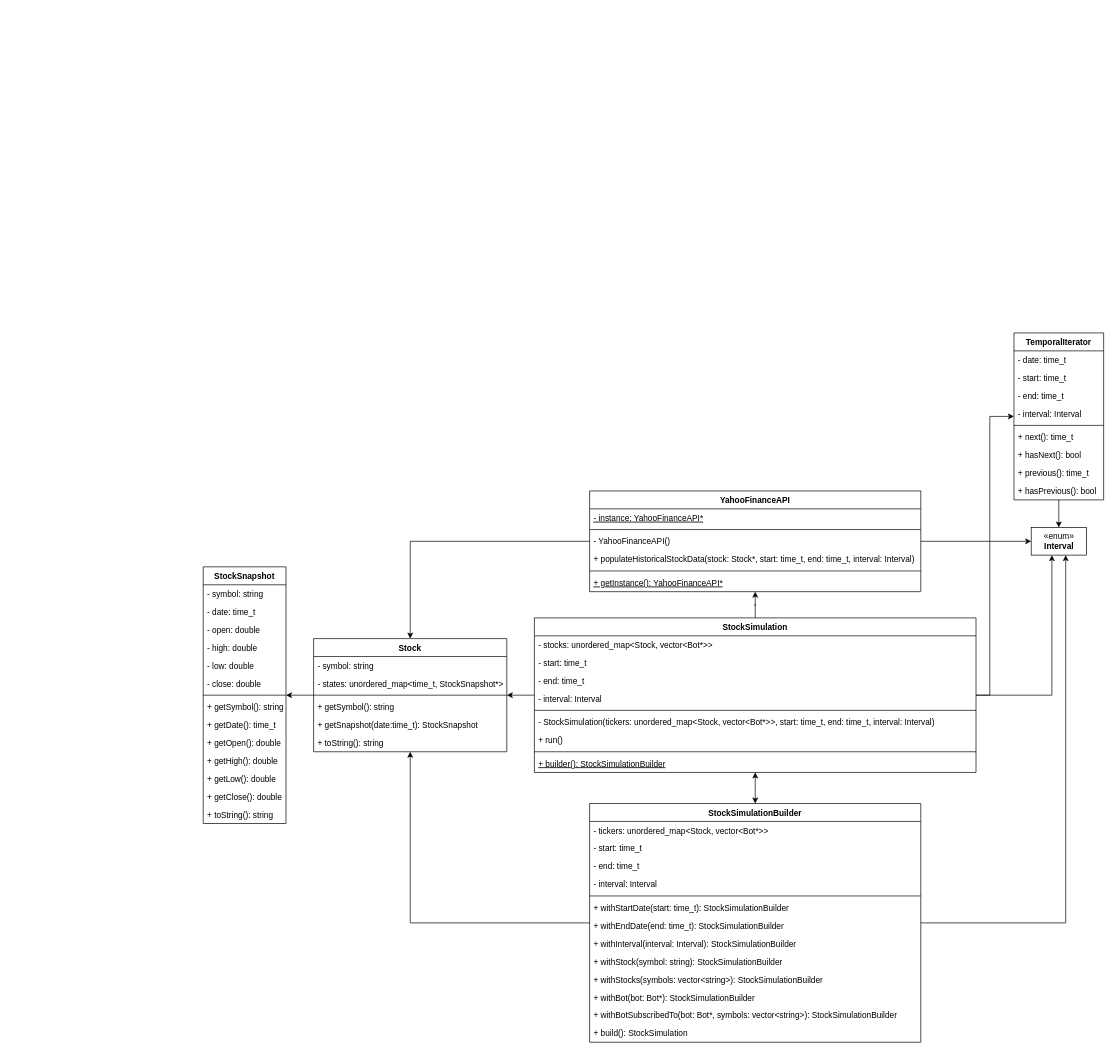
Earlier version of the draw.io diagram StockSimulation.drawio (Jared-Mac/bot_trader). Source tidied: cells renumbered, new cells numbered last; positions are measured from the earlier drawing's top-left corner, leaving out a move shared by most shapes. Both pictures are drawn from the tidied source at 69%, with x=0, y=0 at pixel (203, 333).
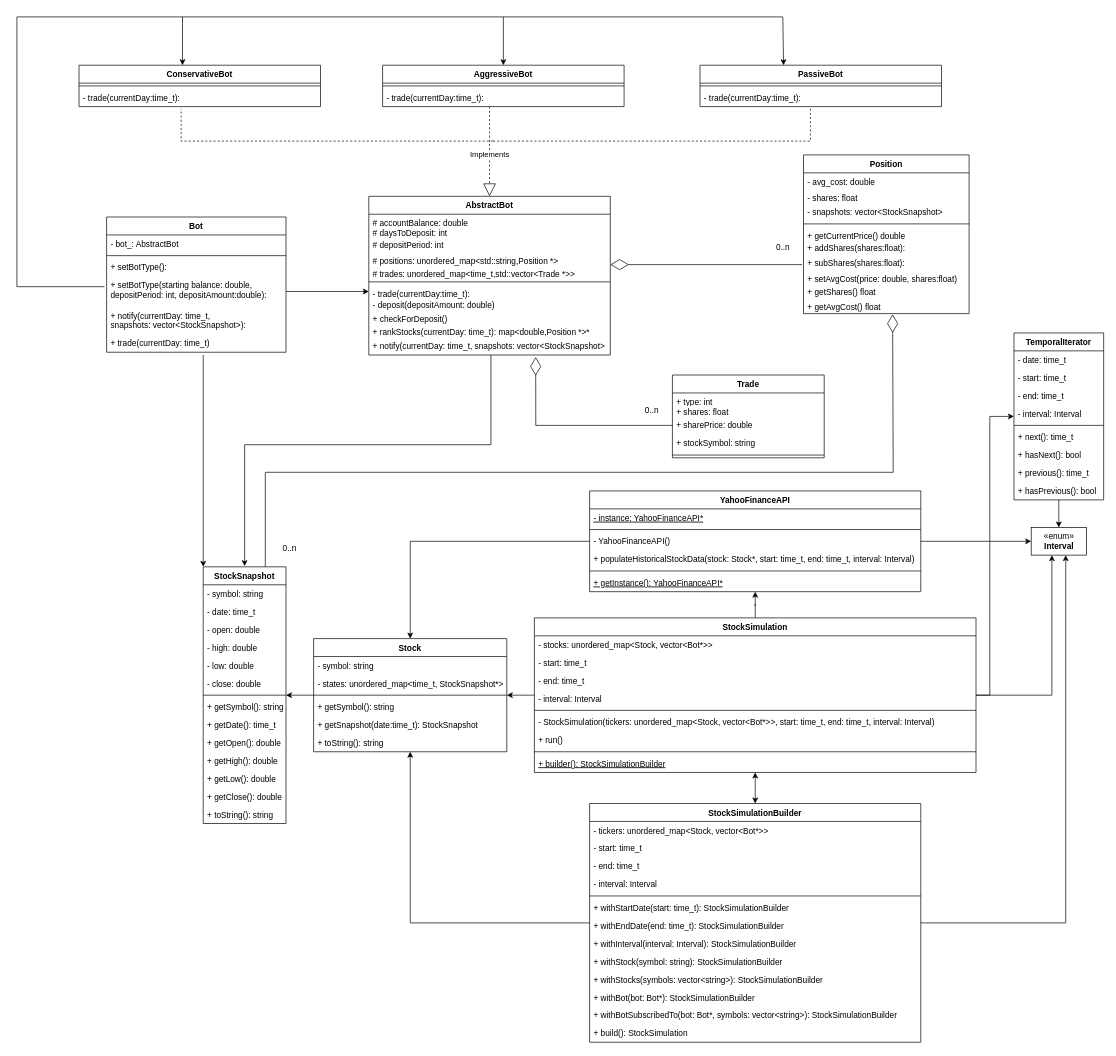
Above is the later version.

The change refers to these unchanged cells:
```xml
<mxCell id="2" value="StockSnapshot" style="swimlane;fontStyle=1;align=center;verticalAlign=top;horizontal=1;startSize=26;" parent="1" vertex="1">
  <mxGeometry y="339" width="120" height="372" as="geometry" />
</mxCell>
```

What changed in the source:
```diff
@@
+    <mxCell id="77" value="Bot" style="swimlane;fontStyle=1;align=center;verticalAlign=top;horizontal=1;startSize=26;" parent="1" vertex="1">
+      <mxGeometry x="-140" y="-168" width="260" height="196" as="geometry" />
+    </mxCell>
+    <mxCell id="78" value="- bot_: AbstractBot" style="text;strokeColor=none;fillColor=none;align=left;verticalAlign=top;spacingLeft=4;spacingRight=4;overflow=hidden;" parent="77" vertex="1">
+      <mxGeometry y="26" width="260" height="26" as="geometry" />
+    </mxCell>
+    <mxCell id="79" style="line;strokeWidth=1;fillColor=none;align=left;verticalAlign=middle;spacingTop=-1;spacingLeft=3;spacingRight=3;labelPosition=right;" parent="77" vertex="1">
+      <mxGeometry y="52" width="260" height="8" as="geometry" />
+    </mxCell>
+    <mxCell id="80" value="+ setBotType():" style="text;strokeColor=none;fillColor=none;align=left;verticalAlign=top;spacingLeft=4;spacingRight=4;overflow=hidden;" parent="77" vertex="1">
+      <mxGeometry y="60" width="260" height="26" as="geometry" />
+    </mxCell>
+    <mxCell id="81" value="+ setBotType(starting balance: double,&#10;depositPeriod: int, depositAmount:double):" style="text;strokeColor=none;fillColor=none;align=left;verticalAlign=top;spacingLeft=4;spacingRight=4;overflow=hidden;points=[[0,0.5],[1,0.5]];portConstraint=eastwest;" parent="77" vertex="1">
+      <mxGeometry y="86" width="260" height="44" as="geometry" />
+    </mxCell>
+    <mxCell id="82" value="+ notify(currentDay: time_t, &#10;snapshots: vector&lt;StockSnapshot&gt;): " style="text;strokeColor=none;fillColor=none;align=left;verticalAlign=top;spacingLeft=4;spacingRight=4;overflow=hidden;" parent="77" vertex="1">
+      <mxGeometry y="130" width="260" height="40" as="geometry" />
+    </mxCell>
+    <mxCell id="83" value="+ trade(currentDay: time_t)" style="text;strokeColor=none;fillColor=none;align=left;verticalAlign=top;spacingLeft=4;spacingRight=4;overflow=hidden;" parent="77" vertex="1">
+      <mxGeometry y="170" width="260" height="26" as="geometry" />
+    </mxCell>
+    <mxCell id="84" value="AbstractBot" style="swimlane;fontStyle=1;align=center;verticalAlign=top;horizontal=1;startSize=26;" parent="1" vertex="1">
+      <mxGeometry x="240" y="-198" width="350" height="230" as="geometry" />
+    </mxCell>
+    <mxCell id="85" value="# accountBalance: double&#10;" style="text;strokeColor=none;fillColor=none;align=left;verticalAlign=top;spacingLeft=4;spacingRight=4;overflow=hidden;" parent="84" vertex="1">
+      <mxGeometry y="26" width="350" height="14" as="geometry" />
+    </mxCell>
+    <mxCell id="86" value="# daysToDeposit: int&#10;" style="text;strokeColor=none;fillColor=none;align=left;verticalAlign=top;spacingLeft=4;spacingRight=4;overflow=hidden;" parent="84" vertex="1">
+      <mxGeometry y="40" width="350" height="18" as="geometry" />
+    </mxCell>
+    <mxCell id="87" value="# depositPeriod: int&#10;" style="text;strokeColor=none;fillColor=none;align=left;verticalAlign=top;spacingLeft=4;spacingRight=4;overflow=hidden;" parent="84" vertex="1">
+      <mxGeometry y="58" width="350" height="22" as="geometry" />
+    </mxCell>
+    <mxCell id="88" value="# positions: unordered_map&lt;std::string,Position *&gt;&#10;" style="text;strokeColor=none;fillColor=none;align=left;verticalAlign=top;spacingLeft=4;spacingRight=4;overflow=hidden;" parent="84" vertex="1">
+      <mxGeometry y="80" width="350" height="20" as="geometry" />
+    </mxCell>
+    <mxCell id="89" value="# trades: unordered_map&lt;time_t,std::vector&lt;Trade *&gt;&gt;&#10;" style="text;strokeColor=none;fillColor=none;align=left;verticalAlign=top;spacingLeft=4;spacingRight=4;overflow=hidden;points=[[0,0.5],[1,0.5]];portConstraint=eastwest;" parent="84" vertex="1">
+      <mxGeometry y="100" width="350" height="20" as="geometry" />
+    </mxCell>
+    <mxCell id="90" style="line;strokeWidth=1;fillColor=none;align=left;verticalAlign=middle;spacingTop=-1;spacingLeft=3;spacingRight=3;labelPosition=right;" parent="84" vertex="1">
+      <mxGeometry y="120" width="350" height="8" as="geometry" />
+    </mxCell>
+    <mxCell id="91" value="- trade(currentDay:time_t):" style="text;strokeColor=none;fillColor=none;align=left;verticalAlign=top;spacingLeft=4;spacingRight=4;overflow=hidden;" parent="84" vertex="1">
+      <mxGeometry y="128" width="350" height="16" as="geometry" />
+    </mxCell>
+    <mxCell id="92" value="- deposit(depositAmount: double)" style="text;strokeColor=none;fillColor=none;align=left;verticalAlign=top;spacingLeft=4;spacingRight=4;overflow=hidden;" parent="84" vertex="1">
+      <mxGeometry y="144" width="350" height="20" as="geometry" />
+    </mxCell>
+    <mxCell id="93" value="+ checkForDeposit()" style="text;strokeColor=none;fillColor=none;align=left;verticalAlign=top;spacingLeft=4;spacingRight=4;overflow=hidden;" parent="84" vertex="1">
+      <mxGeometry y="164" width="350" height="20" as="geometry" />
+    </mxCell>
+    <mxCell id="94" value="+ rankStocks(currentDay: time_t): map&lt;double,Position *&gt;*" style="text;strokeColor=none;fillColor=none;align=left;verticalAlign=top;spacingLeft=4;spacingRight=4;overflow=hidden;" parent="84" vertex="1">
+      <mxGeometry y="184" width="350" height="20" as="geometry" />
+    </mxCell>
+    <mxCell id="95" value="+ notify(currentDay: time_t, snapshots: vector&lt;StockSnapshot&gt; " style="text;strokeColor=none;fillColor=none;align=left;verticalAlign=top;spacingLeft=4;spacingRight=4;overflow=hidden;points=[[0,0.5],[1,0.5]];portConstraint=eastwest;" parent="84" vertex="1">
+      <mxGeometry y="204" width="350" height="26" as="geometry" />
+    </mxCell>
+    <mxCell id="96" style="endArrow=classic;html=1;rounded=0;exitX=1;exitY=0.5;exitDx=0;exitDy=0;" parent="1" edge="1" source="81">
+      <mxGeometry relative="1" as="geometry">
+        <mxPoint x="240" y="-60" as="targetPoint" />
+      </mxGeometry>
+    </mxCell>
+    <mxCell id="97" value="ConservativeBot" style="swimlane;fontStyle=1;align=center;verticalAlign=top;horizontal=1;startSize=26;" parent="1" vertex="1">
+      <mxGeometry x="-180" y="-388" width="350" height="60" as="geometry" />
+    </mxCell>
+    <mxCell id="98" style="line;strokeWidth=1;fillColor=none;align=left;verticalAlign=middle;spacingTop=-1;spacingLeft=3;spacingRight=3;labelPosition=right;" parent="97" vertex="1">
+      <mxGeometry y="26" width="350" height="8" as="geometry" />
+    </mxCell>
+    <mxCell id="99" value="- trade(currentDay:time_t):" style="text;strokeColor=none;fillColor=none;align=left;verticalAlign=top;spacingLeft=4;spacingRight=4;overflow=hidden;points=[[0,0.5],[1,0.5]];portConstraint=eastwest;" parent="97" vertex="1">
+      <mxGeometry y="34" width="350" height="26" as="geometry" />
+    </mxCell>
+    <mxCell id="100" value="AggressiveBot" style="swimlane;fontStyle=1;align=center;verticalAlign=top;horizontal=1;startSize=26;" parent="1" vertex="1">
+      <mxGeometry x="260" y="-388" width="350" height="60" as="geometry" />
+    </mxCell>
+    <mxCell id="101" style="line;strokeWidth=1;fillColor=none;align=left;verticalAlign=middle;spacingTop=-1;spacingLeft=3;spacingRight=3;labelPosition=right;" parent="100" vertex="1">
+      <mxGeometry y="26" width="350" height="8" as="geometry" />
+    </mxCell>
+    <mxCell id="102" value="- trade(currentDay:time_t):" style="text;strokeColor=none;fillColor=none;align=left;verticalAlign=top;spacingLeft=4;spacingRight=4;overflow=hidden;" parent="100" vertex="1">
+      <mxGeometry y="34" width="350" height="26" as="geometry" />
+    </mxCell>
+    <mxCell id="103" value="PassiveBot" style="swimlane;fontStyle=1;align=center;verticalAlign=top;horizontal=1;startSize=26;" parent="1" vertex="1">
+      <mxGeometry x="720" y="-388" width="350" height="60" as="geometry" />
+    </mxCell>
+    <mxCell id="104" style="line;strokeWidth=1;fillColor=none;align=left;verticalAlign=middle;spacingTop=-1;spacingLeft=3;spacingRight=3;labelPosition=right;" parent="103" vertex="1">
+      <mxGeometry y="26" width="350" height="8" as="geometry" />
+    </mxCell>
+    <mxCell id="105" value="- trade(currentDay:time_t):" style="text;strokeColor=none;fillColor=none;align=left;verticalAlign=top;spacingLeft=4;spacingRight=4;overflow=hidden;points=[[0,0.5],[1,0.5]];portConstraint=eastwest;" parent="103" vertex="1">
+      <mxGeometry y="34" width="350" height="26" as="geometry" />
+    </mxCell>
+    <mxCell id="106" value="Implements" style="endArrow=block;endSize=16;endFill=0;html=1;rounded=0;entryX=0.5;entryY=0;entryDx=0;entryDy=0;dashed=1;" parent="1" edge="1" target="84">
+      <mxGeometry x="0.08" relative="1" as="geometry">
+        <mxPoint x="415" y="-328" as="sourcePoint" />
+      </mxGeometry>
+    </mxCell>
+    <mxCell id="107" style="endArrow=none;html=1;rounded=0;entryX=0.457;entryY=1.115;entryDx=0;entryDy=0;entryPerimeter=0;dashed=1;" parent="1" edge="1" target="105">
+      <mxGeometry relative="1" as="geometry">
+        <mxPoint x="420" y="-278" as="sourcePoint" />
+        <Array as="points">
+          <mxPoint x="880" y="-278" />
+        </Array>
+      </mxGeometry>
+    </mxCell>
+    <mxCell id="108" style="endArrow=none;html=1;rounded=0;entryX=0.423;entryY=1.115;entryDx=0;entryDy=0;entryPerimeter=0;dashed=1;" parent="1" edge="1" target="99">
+      <mxGeometry relative="1" as="geometry">
+        <mxPoint x="420" y="-278" as="sourcePoint" />
+        <Array as="points">
+          <mxPoint x="-32" y="-278" />
+        </Array>
+      </mxGeometry>
+    </mxCell>
+    <mxCell id="109" style="endArrow=classic;html=1;rounded=0;" parent="1" edge="1">
+      <mxGeometry relative="1" as="geometry">
+        <mxPoint x="417" y="32" as="sourcePoint" />
+        <mxPoint x="60" y="338" as="targetPoint" />
+        <Array as="points">
+          <mxPoint x="417" y="162" />
+          <mxPoint x="60" y="162" />
+        </Array>
+      </mxGeometry>
+    </mxCell>
+    <mxCell id="110" value="Position" style="swimlane;fontStyle=1;align=center;verticalAlign=top;horizontal=1;startSize=26;" parent="1" vertex="1">
+      <mxGeometry x="870" y="-258" width="240" height="230" as="geometry" />
+    </mxCell>
+    <mxCell id="111" value="- avg_cost: double" style="text;strokeColor=none;fillColor=none;align=left;verticalAlign=top;spacingLeft=4;spacingRight=4;overflow=hidden;" parent="110" vertex="1">
+      <mxGeometry y="26" width="240" height="24" as="geometry" />
+    </mxCell>
+    <mxCell id="112" value="- shares: float" style="text;strokeColor=none;fillColor=none;align=left;verticalAlign=top;spacingLeft=4;spacingRight=4;overflow=hidden;" parent="110" vertex="1">
+      <mxGeometry y="50" width="240" height="20" as="geometry" />
+    </mxCell>
+    <mxCell id="113" value="- snapshots: vector&lt;StockSnapshot&gt;" style="text;strokeColor=none;fillColor=none;align=left;verticalAlign=top;spacingLeft=4;spacingRight=4;overflow=hidden;" parent="110" vertex="1">
+      <mxGeometry y="70" width="240" height="26" as="geometry" />
+    </mxCell>
+    <mxCell id="114" style="line;strokeWidth=1;fillColor=none;align=left;verticalAlign=middle;spacingTop=-1;spacingLeft=3;spacingRight=3;labelPosition=right;" parent="110" vertex="1">
+      <mxGeometry y="96" width="240" height="8" as="geometry" />
+    </mxCell>
+    <mxCell id="115" value="+ getCurrentPrice() double" style="text;strokeColor=none;fillColor=none;align=left;verticalAlign=top;spacingLeft=4;spacingRight=4;overflow=hidden;" parent="110" vertex="1">
+      <mxGeometry y="104" width="240" height="18" as="geometry" />
+    </mxCell>
+    <mxCell id="116" value="+ addShares(shares:float):" style="text;strokeColor=none;fillColor=none;align=left;verticalAlign=top;spacingLeft=4;spacingRight=4;overflow=hidden;" parent="110" vertex="1">
+      <mxGeometry y="122" width="240" height="22" as="geometry" />
+    </mxCell>
+    <mxCell id="117" value="+ subShares(shares:float):" style="text;strokeColor=none;fillColor=none;align=left;verticalAlign=top;spacingLeft=4;spacingRight=4;overflow=hidden;" parent="110" vertex="1">
+      <mxGeometry y="144" width="240" height="22" as="geometry" />
+    </mxCell>
+    <mxCell id="118" value="+ setAvgCost(price: double, shares:float)" style="text;strokeColor=none;fillColor=none;align=left;verticalAlign=top;spacingLeft=4;spacingRight=4;overflow=hidden;" parent="110" vertex="1">
+      <mxGeometry y="166" width="240" height="20" as="geometry" />
+    </mxCell>
+    <mxCell id="119" value="+ getShares() float" style="text;strokeColor=none;fillColor=none;align=left;verticalAlign=top;spacingLeft=4;spacingRight=4;overflow=hidden;" parent="110" vertex="1">
+      <mxGeometry y="186" width="240" height="22" as="geometry" />
+    </mxCell>
+    <mxCell id="120" value="+ getAvgCost() float" style="text;strokeColor=none;fillColor=none;align=left;verticalAlign=top;spacingLeft=4;spacingRight=4;overflow=hidden;points=[[0,0.5],[1,0.5]];portConstraint=eastwest;" parent="110" vertex="1">
+      <mxGeometry y="208" width="240" height="22" as="geometry" />
+    </mxCell>
+    <mxCell id="121" style="endArrow=diamondThin;endFill=0;endSize=24;html=1;rounded=0;entryX=1;entryY=-0.05;entryDx=0;entryDy=0;entryPerimeter=0;" parent="1" edge="1" target="89">
+      <mxGeometry relative="1" as="geometry">
+        <mxPoint x="868" y="-99" as="sourcePoint" />
+      </mxGeometry>
+    </mxCell>
+    <mxCell id="122" value="0..n" style="text;html=1;align=center;verticalAlign=middle;strokeColor=none;fillColor=none;" parent="1" vertex="1">
+      <mxGeometry x="820" y="-133" width="40" height="20" as="geometry" />
+    </mxCell>
+    <mxCell id="123" value="Trade" style="swimlane;fontStyle=1;align=center;verticalAlign=top;horizontal=1;startSize=26;" parent="1" vertex="1">
+      <mxGeometry x="680" y="61" width="220" height="120" as="geometry" />
+    </mxCell>
+    <mxCell id="124" value="+ type: int" style="text;strokeColor=none;fillColor=none;align=left;verticalAlign=top;spacingLeft=4;spacingRight=4;overflow=hidden;" parent="123" vertex="1">
+      <mxGeometry y="26" width="220" height="14" as="geometry" />
+    </mxCell>
+    <mxCell id="125" value="+ shares: float" style="text;strokeColor=none;fillColor=none;align=left;verticalAlign=top;spacingLeft=4;spacingRight=4;overflow=hidden;" parent="123" vertex="1">
+      <mxGeometry y="40" width="220" height="20" as="geometry" />
+    </mxCell>
+    <mxCell id="126" value="+ sharePrice: double" style="text;strokeColor=none;fillColor=none;align=left;verticalAlign=top;spacingLeft=4;spacingRight=4;overflow=hidden;points=[[0,0.5],[1,0.5]];portConstraint=eastwest;" parent="123" vertex="1">
+      <mxGeometry y="60" width="220" height="26" as="geometry" />
+    </mxCell>
+    <mxCell id="127" value="+ stockSymbol: string" style="text;strokeColor=none;fillColor=none;align=left;verticalAlign=top;spacingLeft=4;spacingRight=4;overflow=hidden;" parent="123" vertex="1">
+      <mxGeometry y="86" width="220" height="26" as="geometry" />
+    </mxCell>
+    <mxCell id="128" style="line;strokeWidth=1;fillColor=none;align=left;verticalAlign=middle;spacingTop=-1;spacingLeft=3;spacingRight=3;labelPosition=right;" parent="123" vertex="1">
+      <mxGeometry y="112" width="220" height="8" as="geometry" />
+    </mxCell>
+    <mxCell id="129" style="endArrow=diamondThin;endFill=0;endSize=24;html=1;rounded=0;entryX=0.691;entryY=1.115;entryDx=0;entryDy=0;entryPerimeter=0;exitX=0;exitY=0.5;exitDx=0;exitDy=0;" parent="1" edge="1" source="126" target="95">
+      <mxGeometry relative="1" as="geometry">
+        <Array as="points">
+          <mxPoint x="482" y="134" />
+        </Array>
+      </mxGeometry>
+    </mxCell>
+    <mxCell id="130" value="0..n" style="text;html=1;align=center;verticalAlign=middle;strokeColor=none;fillColor=none;" parent="1" vertex="1">
+      <mxGeometry x="630" y="102" width="40" height="20" as="geometry" />
+    </mxCell>
+    <mxCell id="131" style="endArrow=classic;html=1;rounded=0;exitX=-0.012;exitY=0.341;exitDx=0;exitDy=0;exitPerimeter=0;entryX=0.346;entryY=0;entryDx=0;entryDy=0;entryPerimeter=0;" parent="1" edge="1" source="81" target="103">
+      <mxGeometry relative="1" as="geometry">
+        <Array as="points">
+          <mxPoint x="-270" y="-67" />
+          <mxPoint x="-270" y="-458" />
+          <mxPoint x="840" y="-458" />
+        </Array>
+      </mxGeometry>
+    </mxCell>
+    <mxCell id="132" style="endArrow=classic;html=1;rounded=0;entryX=0.5;entryY=0;entryDx=0;entryDy=0;" parent="1" edge="1" target="100">
+      <mxGeometry relative="1" as="geometry">
+        <mxPoint x="435" y="-458" as="sourcePoint" />
+      </mxGeometry>
+    </mxCell>
+    <mxCell id="133" style="endArrow=classic;html=1;rounded=0;entryX=0.5;entryY=0;entryDx=0;entryDy=0;" parent="1" edge="1">
+      <mxGeometry relative="1" as="geometry">
+        <mxPoint x="-30" y="-458" as="sourcePoint" />
+        <mxPoint x="-30" y="-388" as="targetPoint" />
+      </mxGeometry>
+    </mxCell>
+    <mxCell id="134" style="endArrow=diamondThin;endFill=0;endSize=24;html=1;rounded=0;entryX=0.538;entryY=1.045;entryDx=0;entryDy=0;entryPerimeter=0;exitX=0.75;exitY=0;exitDx=0;exitDy=0;" parent="1" edge="1" source="2" target="120">
+      <mxGeometry relative="1" as="geometry">
+        <Array as="points">
+          <mxPoint x="90" y="202" />
+          <mxPoint x="1000" y="202" />
+        </Array>
+      </mxGeometry>
+    </mxCell>
+    <mxCell id="135" value="0..n" style="text;html=1;align=center;verticalAlign=middle;strokeColor=none;fillColor=none;" parent="1" vertex="1">
+      <mxGeometry x="105" y="302" width="40" height="20" as="geometry" />
+    </mxCell>
+    <mxCell id="136" style="endArrow=classic;html=1;rounded=0;entryX=0;entryY=0;entryDx=0;entryDy=0;" parent="1" edge="1" target="2">
+      <mxGeometry relative="1" as="geometry">
+        <mxPoint y="32" as="sourcePoint" />
+      </mxGeometry>
+    </mxCell>
```
